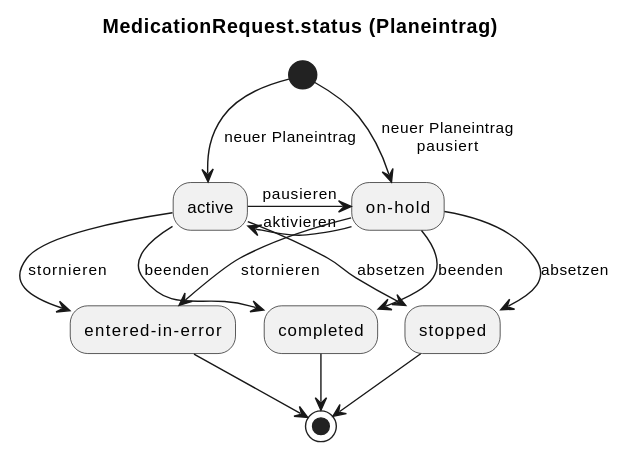
This is r4-ELGA-e-Medikation-main/plantuml/workflow_mr_status_planeintrag.svg from HL7Austria/hl7austria.github.io, a PlantUML export, as it was before one commit. Its diagram source:
```plantuml
@startuml
title MedicationRequest.status (Planeintrag)

(*) -d-> [neuer Planeintrag] active
(*) -d-> [neuer Planeintrag\npausiert] "on-hold"
"on-hold" -l-> [aktivieren] active
"on-hold" -d-> [stornieren] "entered-in-error"
"on-hold" -d-> [absetzen] stopped
"on-hold" -d-> [beenden] completed
active -d-> [absetzen] stopped
active -d-> [beenden] completed
active -r-> [pausieren] "on-hold"
active -d-> [stornieren] "entered-in-error"
stopped -d-> (*)
"entered-in-error" -d-> (*)
completed -d-> (*)
@enduml
```
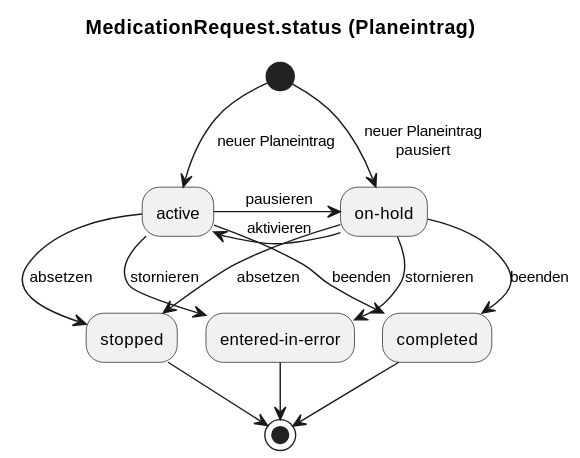
After the commit.

The edit, as a diff of the source:
```diff
@@ -3,13 +3,13 @@
 
 (*) -d-> [neuer Planeintrag] active
 (*) -d-> [neuer Planeintrag\npausiert] "on-hold"
-"on-hold" -l-> [aktivieren] active
-"on-hold" -d-> [stornieren] "entered-in-error"
+"on-hold" -l-> [    aktivieren   ] active
 "on-hold" -d-> [absetzen] stopped
 "on-hold" -d-> [beenden] completed
+"on-hold" -d-> [stornieren] "entered-in-error"
 active -d-> [absetzen] stopped
 active -d-> [beenden] completed
-active -r-> [pausieren] "on-hold"
+active -r-> [    pausieren   ] "on-hold"
 active -d-> [stornieren] "entered-in-error"
 stopped -d-> (*)
 "entered-in-error" -d-> (*)
```
